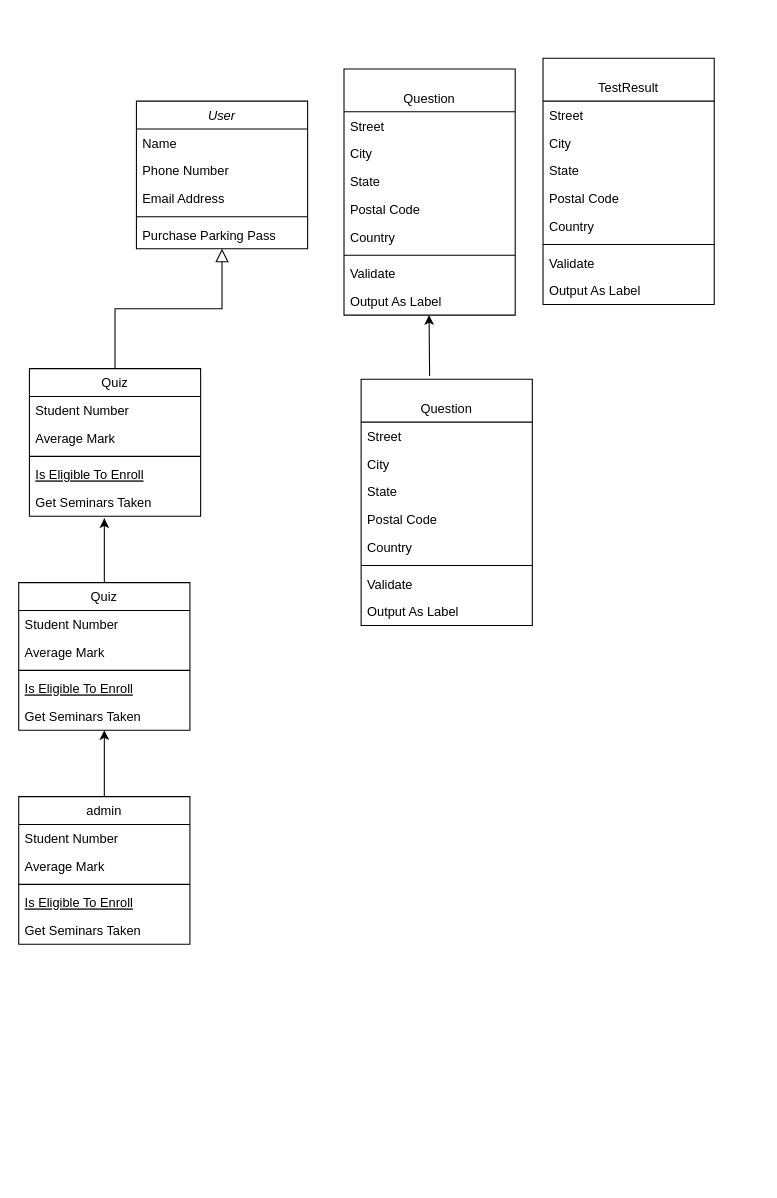
noorsubhan/final keeps this draw.io diagram as Untitled Diagram.drawio. Above is the earlier version. Source tidied: cells renumbered, new cells numbered last; positions are measured from the earlier drawing's top-left corner, leaving out a move shared by most shapes. Both pictures are drawn from the tidied source at 107%, with x=0, y=0 at pixel (18, 58).
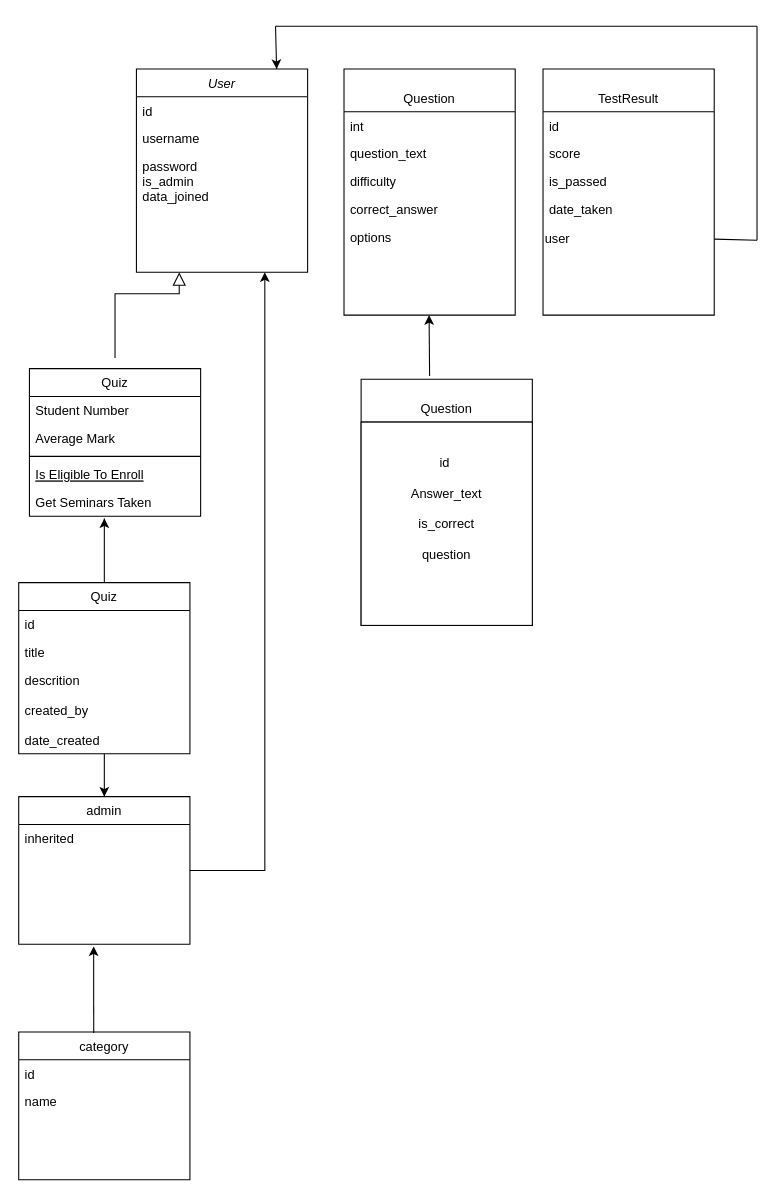
After the change.

The change refers to these unchanged cells:
```xml
<mxCell id="8" value="Quiz" style="swimlane;fontStyle=0;align=center;verticalAlign=top;horizontal=1;startSize=26;rounded=0;shadow=0;strokeWidth=1;" parent="1" vertex="1">
  <mxGeometry x="10" y="290" width="160" height="138" as="geometry" />
</mxCell>
<mxCell id="15" value="&#10; Question &#10;&#10;" style="swimlane;fontStyle=0;align=center;verticalAlign=top;horizontal=1;startSize=40;rounded=0;shadow=0;strokeWidth=1;" parent="1" vertex="1">
  <mxGeometry x="304" y="10" width="160" height="230" as="geometry" />
</mxCell>
<mxCell id="33" value="&#10; Question &#10;&#10;" style="swimlane;fontStyle=0;align=center;verticalAlign=top;horizontal=1;startSize=40;rounded=0;shadow=0;strokeWidth=1;" parent="1" vertex="1">
  <mxGeometry x="320" y="300" width="160" height="230" as="geometry" />
</mxCell>
<mxCell id="50" value="admin" style="swimlane;fontStyle=0;align=center;verticalAlign=top;horizontal=1;startSize=26;rounded=0;shadow=0;strokeWidth=1;" parent="1" vertex="1">
  <mxGeometry y="690" width="160" height="138" as="geometry" />
</mxCell>
```

What changed in the source:
```diff
@@
     <mxCell id="2" value="User" style="swimlane;fontStyle=2;align=center;verticalAlign=top;horizontal=1;startSize=26;rounded=0;shadow=0;strokeWidth=1;" parent="1" vertex="1">
-      <mxGeometry x="110" y="40" width="160" height="138" as="geometry" />
+      <mxGeometry x="110" y="10" width="160" height="190" as="geometry" />
     </mxCell>
-    <mxCell id="3" value="Name" style="text;align=left;verticalAlign=top;spacingLeft=4;spacingRight=4;overflow=hidden;" parent="2" vertex="1">
+    <mxCell id="3" value="id " style="text;align=left;verticalAlign=top;spacingLeft=4;spacingRight=4;overflow=hidden;" parent="2" vertex="1">
       <mxGeometry y="26" width="160" height="26" as="geometry" />
     </mxCell>
-    <mxCell id="4" value="Phone Number" style="text;align=left;verticalAlign=top;spacingLeft=4;spacingRight=4;overflow=hidden;rounded=0;shadow=0;html=0;" parent="2" vertex="1">
+    <mxCell id="4" value="username" style="text;align=left;verticalAlign=top;spacingLeft=4;spacingRight=4;overflow=hidden;rounded=0;shadow=0;html=0;" parent="2" vertex="1">
       <mxGeometry y="52" width="160" height="26" as="geometry" />
     </mxCell>
-    <mxCell id="5" value="Email Address" style="text;align=left;verticalAlign=top;spacingLeft=4;spacingRight=4;overflow=hidden;rounded=0;shadow=0;html=0;" parent="2" vertex="1">
-      <mxGeometry y="78" width="160" height="26" as="geometry" />
+    <mxCell id="5" value="password &#10;is_admin&#10;data_joined" style="text;align=left;verticalAlign=top;spacingLeft=4;spacingRight=4;overflow=hidden;rounded=0;shadow=0;html=0;" parent="2" vertex="1">
+      <mxGeometry y="78" width="160" height="102" as="geometry" />
     </mxCell>
-    <mxCell id="6" style="line;html=1;strokeWidth=1;align=left;verticalAlign=middle;spacingTop=-1;spacingLeft=3;spacingRight=3;labelPosition=right;" parent="2" vertex="1">
-      <mxGeometry y="104" width="160" height="8" as="geometry" />
-    </mxCell>
-    <mxCell id="7" value="Purchase Parking Pass" style="text;align=left;verticalAlign=top;spacingLeft=4;spacingRight=4;overflow=hidden;" parent="2" vertex="1">
-      <mxGeometry y="112" width="160" height="26" as="geometry" />
-    </mxCell>
@@
-    <mxCell id="14" style="endArrow=block;endSize=10;endFill=0;shadow=0;strokeWidth=1;rounded=0;curved=0;edgeStyle=elbowEdgeStyle;elbow=vertical;align=left;" parent="1" edge="1" source="8" target="2">
-      <mxGeometry relative="1" as="geometry" />
+    <mxCell id="14" style="endArrow=block;endSize=10;endFill=0;shadow=0;strokeWidth=1;rounded=0;curved=0;edgeStyle=elbowEdgeStyle;elbow=vertical;align=left;" parent="1" edge="1" target="2">
+      <mxGeometry relative="1" as="geometry">
+        <mxPoint x="90" y="280" as="sourcePoint" />
+        <Array as="points">
+          <mxPoint x="150" y="220" />
+        </Array>
+      </mxGeometry>
     </mxCell>
@@
-    <mxCell id="16" value="Street" style="text;align=left;verticalAlign=top;spacingLeft=4;spacingRight=4;overflow=hidden;" parent="15" vertex="1">
-      <mxGeometry y="40" width="160" height="26" as="geometry" />
-    </mxCell>
-    <mxCell id="17" value="City" style="text;align=left;verticalAlign=top;spacingLeft=4;spacingRight=4;overflow=hidden;rounded=0;shadow=0;html=0;" parent="15" vertex="1">
-      <mxGeometry y="66" width="160" height="26" as="geometry" />
-    </mxCell>
-    <mxCell id="18" value="State" style="text;align=left;verticalAlign=top;spacingLeft=4;spacingRight=4;overflow=hidden;rounded=0;shadow=0;html=0;" parent="15" vertex="1">
-      <mxGeometry y="92" width="160" height="26" as="geometry" />
+    <mxCell id="18" value="int " style="text;align=left;verticalAlign=top;spacingLeft=4;spacingRight=4;overflow=hidden;rounded=0;shadow=0;html=0;" parent="15" vertex="1">
+      <mxGeometry y="40" width="160" height="26" as="geometry" />
     </mxCell>
-    <mxCell id="19" value="Postal Code" style="text;align=left;verticalAlign=top;spacingLeft=4;spacingRight=4;overflow=hidden;rounded=0;shadow=0;html=0;" parent="15" vertex="1">
-      <mxGeometry y="118" width="160" height="26" as="geometry" />
+    <mxCell id="19" value="question_text" style="text;align=left;verticalAlign=top;spacingLeft=4;spacingRight=4;overflow=hidden;rounded=0;shadow=0;html=0;" parent="15" vertex="1">
+      <mxGeometry y="66" width="160" height="26" as="geometry" />
     </mxCell>
-    <mxCell id="20" value="Country" style="text;align=left;verticalAlign=top;spacingLeft=4;spacingRight=4;overflow=hidden;rounded=0;shadow=0;html=0;" parent="15" vertex="1">
-      <mxGeometry y="144" width="160" height="26" as="geometry" />
+    <mxCell id="20" value="difficulty" style="text;align=left;verticalAlign=top;spacingLeft=4;spacingRight=4;overflow=hidden;rounded=0;shadow=0;html=0;" parent="15" vertex="1">
+      <mxGeometry y="92" width="160" height="26" as="geometry" />
     </mxCell>
-    <mxCell id="21" style="line;html=1;strokeWidth=1;align=left;verticalAlign=middle;spacingTop=-1;spacingLeft=3;spacingRight=3;labelPosition=right;" parent="15" vertex="1">
-      <mxGeometry y="170" width="160" height="8" as="geometry" />
-    </mxCell>
-    <mxCell id="22" value="Validate" style="text;align=left;verticalAlign=top;spacingLeft=4;spacingRight=4;overflow=hidden;" parent="15" vertex="1">
-      <mxGeometry y="178" width="160" height="26" as="geometry" />
+    <mxCell id="22" value="correct_answer" style="text;align=left;verticalAlign=top;spacingLeft=4;spacingRight=4;overflow=hidden;" parent="15" vertex="1">
+      <mxGeometry y="118" width="160" height="26" as="geometry" />
     </mxCell>
-    <mxCell id="23" value="Output As Label" style="text;align=left;verticalAlign=top;spacingLeft=4;spacingRight=4;overflow=hidden;" parent="15" vertex="1">
-      <mxGeometry y="204" width="160" height="26" as="geometry" />
+    <mxCell id="23" value="options" style="text;align=left;verticalAlign=top;spacingLeft=4;spacingRight=4;overflow=hidden;" parent="15" vertex="1">
+      <mxGeometry y="144" width="160" height="26" as="geometry" />
     </mxCell>
     <mxCell id="24" value="&#10;TestResult &#10;&#10;" style="swimlane;fontStyle=0;align=center;verticalAlign=top;horizontal=1;startSize=40;rounded=0;shadow=0;strokeWidth=1;" parent="1" vertex="1">
-      <mxGeometry x="490" width="160" height="230" as="geometry" />
+      <mxGeometry x="490" y="10" width="160" height="230" as="geometry" />
     </mxCell>
-    <mxCell id="25" value="Street" style="text;align=left;verticalAlign=top;spacingLeft=4;spacingRight=4;overflow=hidden;" parent="24" vertex="1">
-      <mxGeometry y="40" width="160" height="26" as="geometry" />
-    </mxCell>
-    <mxCell id="26" value="City" style="text;align=left;verticalAlign=top;spacingLeft=4;spacingRight=4;overflow=hidden;rounded=0;shadow=0;html=0;" parent="24" vertex="1">
-      <mxGeometry y="66" width="160" height="26" as="geometry" />
+    <mxCell id="26" value="id" style="text;align=left;verticalAlign=top;spacingLeft=4;spacingRight=4;overflow=hidden;rounded=0;shadow=0;html=0;" parent="24" vertex="1">
+      <mxGeometry y="40" width="160" height="26" as="geometry" />
     </mxCell>
-    <mxCell id="27" value="State" style="text;align=left;verticalAlign=top;spacingLeft=4;spacingRight=4;overflow=hidden;rounded=0;shadow=0;html=0;" parent="24" vertex="1">
-      <mxGeometry y="92" width="160" height="26" as="geometry" />
+    <mxCell id="27" value="score" style="text;align=left;verticalAlign=top;spacingLeft=4;spacingRight=4;overflow=hidden;rounded=0;shadow=0;html=0;" parent="24" vertex="1">
+      <mxGeometry y="66" width="160" height="26" as="geometry" />
     </mxCell>
-    <mxCell id="28" value="Postal Code" style="text;align=left;verticalAlign=top;spacingLeft=4;spacingRight=4;overflow=hidden;rounded=0;shadow=0;html=0;" parent="24" vertex="1">
-      <mxGeometry y="118" width="160" height="26" as="geometry" />
+    <mxCell id="28" value="is_passed" style="text;align=left;verticalAlign=top;spacingLeft=4;spacingRight=4;overflow=hidden;rounded=0;shadow=0;html=0;" parent="24" vertex="1">
+      <mxGeometry y="92" width="160" height="26" as="geometry" />
     </mxCell>
-    <mxCell id="29" value="Country" style="text;align=left;verticalAlign=top;spacingLeft=4;spacingRight=4;overflow=hidden;rounded=0;shadow=0;html=0;" parent="24" vertex="1">
-      <mxGeometry y="144" width="160" height="26" as="geometry" />
+    <mxCell id="29" value="date_taken" style="text;align=left;verticalAlign=top;spacingLeft=4;spacingRight=4;overflow=hidden;rounded=0;shadow=0;html=0;" parent="24" vertex="1">
+      <mxGeometry y="118" width="160" height="26" as="geometry" />
     </mxCell>
-    <mxCell id="30" style="line;html=1;strokeWidth=1;align=left;verticalAlign=middle;spacingTop=-1;spacingLeft=3;spacingRight=3;labelPosition=right;" parent="24" vertex="1">
-      <mxGeometry y="170" width="160" height="8" as="geometry" />
-    </mxCell>
-    <mxCell id="31" value="Validate" style="text;align=left;verticalAlign=top;spacingLeft=4;spacingRight=4;overflow=hidden;" parent="24" vertex="1">
-      <mxGeometry y="178" width="160" height="26" as="geometry" />
-    </mxCell>
-    <mxCell id="32" value="Output As Label" style="text;align=left;verticalAlign=top;spacingLeft=4;spacingRight=4;overflow=hidden;" parent="24" vertex="1">
-      <mxGeometry y="204" width="160" height="26" as="geometry" />
-    </mxCell>
+    <mxCell id="57" style="edgeStyle=orthogonalEdgeStyle;rounded=0;orthogonalLoop=1;jettySize=auto;html=1;exitX=1;exitY=0.5;exitDx=0;exitDy=0;entryX=1;entryY=0.5;entryDx=0;entryDy=0;" parent="24" edge="1" source="58" target="58">
+      <mxGeometry relative="1" as="geometry" />
+    </mxCell>
+    <mxCell id="58" value="user" style="text;html=1;align=left;verticalAlign=middle;whiteSpace=wrap;rounded=0;" parent="24" vertex="1">
+      <mxGeometry y="144" width="160" height="30" as="geometry" />
+    </mxCell>
@@
-    <mxCell id="34" value="Street" style="text;align=left;verticalAlign=top;spacingLeft=4;spacingRight=4;overflow=hidden;" parent="33" vertex="1">
-      <mxGeometry y="40" width="160" height="26" as="geometry" />
-    </mxCell>
-    <mxCell id="35" value="City" style="text;align=left;verticalAlign=top;spacingLeft=4;spacingRight=4;overflow=hidden;rounded=0;shadow=0;html=0;" parent="33" vertex="1">
-      <mxGeometry y="66" width="160" height="26" as="geometry" />
-    </mxCell>
-    <mxCell id="36" value="State" style="text;align=left;verticalAlign=top;spacingLeft=4;spacingRight=4;overflow=hidden;rounded=0;shadow=0;html=0;" parent="33" vertex="1">
-      <mxGeometry y="92" width="160" height="26" as="geometry" />
-    </mxCell>
-    <mxCell id="37" value="Postal Code" style="text;align=left;verticalAlign=top;spacingLeft=4;spacingRight=4;overflow=hidden;rounded=0;shadow=0;html=0;" parent="33" vertex="1">
-      <mxGeometry y="118" width="160" height="26" as="geometry" />
-    </mxCell>
-    <mxCell id="38" value="Country" style="text;align=left;verticalAlign=top;spacingLeft=4;spacingRight=4;overflow=hidden;rounded=0;shadow=0;html=0;" parent="33" vertex="1">
-      <mxGeometry y="144" width="160" height="26" as="geometry" />
-    </mxCell>
-    <mxCell id="39" style="line;html=1;strokeWidth=1;align=left;verticalAlign=middle;spacingTop=-1;spacingLeft=3;spacingRight=3;labelPosition=right;" parent="33" vertex="1">
-      <mxGeometry y="170" width="160" height="8" as="geometry" />
-    </mxCell>
-    <mxCell id="40" value="Validate" style="text;align=left;verticalAlign=top;spacingLeft=4;spacingRight=4;overflow=hidden;" parent="33" vertex="1">
-      <mxGeometry y="178" width="160" height="26" as="geometry" />
-    </mxCell>
-    <mxCell id="41" value="Output As Label" style="text;align=left;verticalAlign=top;spacingLeft=4;spacingRight=4;overflow=hidden;" parent="33" vertex="1">
-      <mxGeometry y="204" width="160" height="26" as="geometry" />
-    </mxCell>
+    <mxCell id="59" value="id&amp;nbsp;&lt;div&gt;&lt;br&gt;&lt;/div&gt;&lt;div&gt;Answer_text&lt;/div&gt;&lt;div&gt;&lt;br&gt;&lt;/div&gt;&lt;div&gt;is_correct&lt;/div&gt;&lt;div&gt;&lt;br&gt;&lt;/div&gt;&lt;div&gt;question&lt;/div&gt;&lt;div&gt;&lt;br&gt;&lt;/div&gt;&lt;div&gt;&lt;br&gt;&lt;/div&gt;" style="whiteSpace=wrap;html=1;" parent="33" vertex="1">
+      <mxGeometry y="40" width="160" height="190" as="geometry" />
+    </mxCell>
@@
     <mxCell id="43" value="Quiz" style="swimlane;fontStyle=0;align=center;verticalAlign=top;horizontal=1;startSize=26;rounded=0;shadow=0;strokeWidth=1;" parent="1" vertex="1">
-      <mxGeometry y="490" width="160" height="138" as="geometry" />
+      <mxGeometry y="490" width="160" height="160" as="geometry" />
     </mxCell>
-    <mxCell id="44" value="Student Number" style="text;align=left;verticalAlign=top;spacingLeft=4;spacingRight=4;overflow=hidden;" parent="43" vertex="1">
-      <mxGeometry y="26" width="160" height="26" as="geometry" />
-    </mxCell>
-    <mxCell id="45" value="Average Mark" style="text;align=left;verticalAlign=top;spacingLeft=4;spacingRight=4;overflow=hidden;rounded=0;shadow=0;html=0;" parent="43" vertex="1">
-      <mxGeometry y="52" width="160" height="26" as="geometry" />
+    <mxCell id="45" value="id" style="text;align=left;verticalAlign=top;spacingLeft=4;spacingRight=4;overflow=hidden;rounded=0;shadow=0;html=0;" parent="43" vertex="1">
+      <mxGeometry y="26" width="160" height="26" as="geometry" />
     </mxCell>
-    <mxCell id="46" style="line;html=1;strokeWidth=1;align=left;verticalAlign=middle;spacingTop=-1;spacingLeft=3;spacingRight=3;labelPosition=right;" parent="43" vertex="1">
-      <mxGeometry y="78" width="160" height="8" as="geometry" />
-    </mxCell>
-    <mxCell id="47" value="Is Eligible To Enroll" style="text;align=left;verticalAlign=top;spacingLeft=4;spacingRight=4;overflow=hidden;fontStyle=4;" parent="43" vertex="1">
-      <mxGeometry y="86" width="160" height="26" as="geometry" />
+    <mxCell id="47" value="title" style="text;align=left;verticalAlign=top;spacingLeft=4;spacingRight=4;overflow=hidden;fontStyle=0;" parent="43" vertex="1">
+      <mxGeometry y="52" width="160" height="26" as="geometry" />
     </mxCell>
-    <mxCell id="48" value="Get Seminars Taken" style="text;align=left;verticalAlign=top;spacingLeft=4;spacingRight=4;overflow=hidden;points=[[0,0.5],[1,0.5]];portConstraint=eastwest;" parent="43" vertex="1">
-      <mxGeometry y="112" width="160" height="26" as="geometry" />
+    <mxCell id="48" value="descrition&#10;&#10;created_by&#10;&#10;date_created" style="text;align=left;verticalAlign=top;spacingLeft=4;spacingRight=4;overflow=hidden;points=[[0,0.5],[1,0.5]];portConstraint=eastwest;" parent="43" vertex="1">
+      <mxGeometry y="78" width="160" height="82" as="geometry" />
     </mxCell>
@@
+    <mxCell id="60" style="edgeStyle=orthogonalEdgeStyle;rounded=0;jettySize=auto;html=1;exitX=1;exitY=0.5;exitDx=0;exitDy=0;entryX=0.75;entryY=1;entryDx=0;entryDy=0;" parent="1" edge="1" source="50" target="2">
+      <mxGeometry relative="1" as="geometry" />
+    </mxCell>
@@
-    <mxCell id="51" value="Student Number" style="text;align=left;verticalAlign=top;spacingLeft=4;spacingRight=4;overflow=hidden;" parent="50" vertex="1">
+    <mxCell id="51" value="inherited " style="text;align=left;verticalAlign=top;spacingLeft=4;spacingRight=4;overflow=hidden;" parent="50" vertex="1">
       <mxGeometry y="26" width="160" height="26" as="geometry" />
     </mxCell>
-    <mxCell id="52" value="Average Mark" style="text;align=left;verticalAlign=top;spacingLeft=4;spacingRight=4;overflow=hidden;rounded=0;shadow=0;html=0;" parent="50" vertex="1">
-      <mxGeometry y="52" width="160" height="26" as="geometry" />
-    </mxCell>
-    <mxCell id="53" style="line;html=1;strokeWidth=1;align=left;verticalAlign=middle;spacingTop=-1;spacingLeft=3;spacingRight=3;labelPosition=right;" parent="50" vertex="1">
-      <mxGeometry y="78" width="160" height="8" as="geometry" />
-    </mxCell>
-    <mxCell id="54" value="Is Eligible To Enroll" style="text;align=left;verticalAlign=top;spacingLeft=4;spacingRight=4;overflow=hidden;fontStyle=4;" parent="50" vertex="1">
-      <mxGeometry y="86" width="160" height="26" as="geometry" />
-    </mxCell>
-    <mxCell id="55" value="Get Seminars Taken" style="text;align=left;verticalAlign=top;spacingLeft=4;spacingRight=4;overflow=hidden;" parent="50" vertex="1">
-      <mxGeometry y="112" width="160" height="26" as="geometry" />
-    </mxCell>
-    <mxCell id="56" style="endArrow=classic;html=1;rounded=0;entryX=0.5;entryY=1;entryDx=0;entryDy=0;entryPerimeter=0;" parent="1" edge="1" target="48">
+    <mxCell id="56" style="endArrow=classic;html=1;rounded=0;entryX=0.5;entryY=0;entryDx=0;entryDy=0;" parent="1" edge="1" target="50">
       <mxGeometry relative="1" as="geometry">
         <mxPoint x="80" y="690" as="sourcePoint" />
         <Array as="points">
+          <mxPoint x="80" y="650" />
           <mxPoint x="80" y="690" />
         </Array>
       </mxGeometry>
     </mxCell>
+    <mxCell id="61" value="category" style="swimlane;fontStyle=0;align=center;verticalAlign=top;horizontal=1;startSize=26;rounded=0;shadow=0;strokeWidth=1;" parent="1" vertex="1">
+      <mxGeometry y="910" width="160" height="138" as="geometry" />
+    </mxCell>
+    <mxCell id="62" value="id" style="text;align=left;verticalAlign=top;spacingLeft=4;spacingRight=4;overflow=hidden;" parent="61" vertex="1">
+      <mxGeometry y="26" width="160" height="26" as="geometry" />
+    </mxCell>
+    <mxCell id="63" value="name" style="text;align=left;verticalAlign=top;spacingLeft=4;spacingRight=4;overflow=hidden;" parent="61" vertex="1">
+      <mxGeometry y="52" width="160" height="26" as="geometry" />
+    </mxCell>
+    <mxCell id="64" style="endArrow=classic;html=1;rounded=0;exitX=0.438;exitY=0.007;exitDx=0;exitDy=0;exitPerimeter=0;" parent="1" edge="1" source="61">
+      <mxGeometry relative="1" as="geometry">
+        <mxPoint x="70" y="830" as="targetPoint" />
+      </mxGeometry>
+    </mxCell>
+    <mxCell id="65" style="endArrow=none;html=1;rounded=0;" parent="1" edge="1">
+      <mxGeometry relative="1" as="geometry">
+        <mxPoint x="240" y="-30" as="sourcePoint" />
+        <mxPoint x="240" y="-30" as="targetPoint" />
+        <Array as="points">
+          <mxPoint x="690" y="-30" />
+        </Array>
+      </mxGeometry>
+    </mxCell>
+    <mxCell id="66" style="endArrow=classic;html=1;rounded=0;exitX=0.819;exitY=0;exitDx=0;exitDy=0;exitPerimeter=0;entryX=0.819;entryY=0;entryDx=0;entryDy=0;entryPerimeter=0;" parent="1" edge="1" source="2" target="2">
+      <mxGeometry relative="1" as="geometry">
+        <Array as="points">
+          <mxPoint x="240" y="-30" />
+        </Array>
+      </mxGeometry>
+    </mxCell>
+    <mxCell id="67" style="endArrow=none;html=1;rounded=0;" parent="1" edge="1">
+      <mxGeometry relative="1" as="geometry">
+        <mxPoint x="690" y="170" as="sourcePoint" />
+        <mxPoint x="690" y="-30" as="targetPoint" />
+      </mxGeometry>
+    </mxCell>
+    <mxCell id="68" style="endArrow=none;html=1;rounded=0;exitX=1;exitY=0.5;exitDx=0;exitDy=0;" parent="1" edge="1" source="58">
+      <mxGeometry relative="1" as="geometry">
+        <mxPoint x="690" y="170" as="targetPoint" />
+      </mxGeometry>
+    </mxCell>
```
